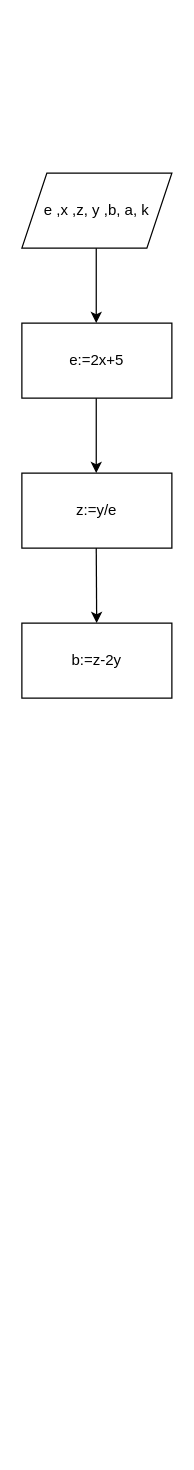
Above: Основи алгоритмізації.drawio in xadeyll/Diagrams_P-23_Puzankov (draw.io), before the change. Source tidied: cells renumbered, new cells numbered last; positions are measured from the earlier drawing's top-left corner, leaving out a move shared by most shapes. Both pictures are drawn from the tidied source at 125%, with x=0, y=0 at pixel (21, 172).
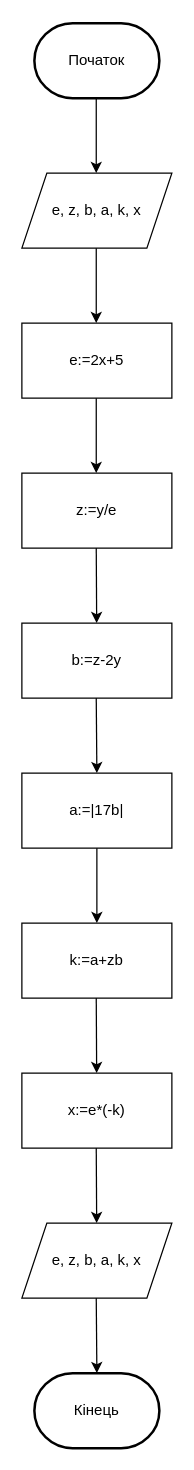
The same diagram, later.

The edit, as a diff of the source:
```diff
@@
-    <mxCell id="2" value="e ,x ,z, y ,b, a, k" style="shape=parallelogram;perimeter=parallelogramPerimeter;whiteSpace=wrap;html=1;fixedSize=1;" parent="1" vertex="1">
+    <mxCell id="2" value="e, z, b, a, k, x" style="shape=parallelogram;perimeter=parallelogramPerimeter;whiteSpace=wrap;html=1;fixedSize=1;" parent="1" vertex="1">
       <mxGeometry width="120" height="60" as="geometry" />
     </mxCell>
@@
+    <mxCell id="9" style="endArrow=classic;html=1;rounded=0;" parent="1" edge="1">
+      <mxGeometry relative="1" as="geometry">
+        <mxPoint x="59.5" y="420" as="sourcePoint" />
+        <mxPoint x="60" y="480" as="targetPoint" />
+      </mxGeometry>
+    </mxCell>
+    <mxCell id="10" value="a:=|17b|" style="rounded=0;whiteSpace=wrap;html=1;" parent="1" vertex="1">
+      <mxGeometry y="480" width="120" height="60" as="geometry" />
+    </mxCell>
+    <mxCell id="11" style="endArrow=classic;html=1;rounded=0;" parent="1" edge="1" target="12">
+      <mxGeometry relative="1" as="geometry">
+        <mxPoint x="60" y="540" as="sourcePoint" />
+      </mxGeometry>
+    </mxCell>
+    <mxCell id="12" value="k:=a+zb" style="rounded=0;whiteSpace=wrap;html=1;" parent="1" vertex="1">
+      <mxGeometry y="600" width="120" height="60" as="geometry" />
+    </mxCell>
+    <mxCell id="13" style="endArrow=classic;html=1;rounded=0;" parent="1" edge="1" target="14">
+      <mxGeometry relative="1" as="geometry">
+        <mxPoint x="59.5" y="660" as="sourcePoint" />
+      </mxGeometry>
+    </mxCell>
+    <mxCell id="14" value="x:=e*(-k)" style="rounded=0;whiteSpace=wrap;html=1;" parent="1" vertex="1">
+      <mxGeometry y="720" width="120" height="60" as="geometry" />
+    </mxCell>
+    <mxCell id="15" style="endArrow=classic;html=1;rounded=0;" parent="1" edge="1" target="16">
+      <mxGeometry relative="1" as="geometry">
+        <mxPoint x="59.5" y="780" as="sourcePoint" />
+      </mxGeometry>
+    </mxCell>
+    <mxCell id="16" value="e, z, b, a, k, x" style="shape=parallelogram;perimeter=parallelogramPerimeter;whiteSpace=wrap;html=1;fixedSize=1;" parent="1" vertex="1">
+      <mxGeometry y="840" width="120" height="60" as="geometry" />
+    </mxCell>
+    <mxCell id="17" value="Початок" style="strokeWidth=2;html=1;shape=mxgraph.flowchart.terminator;whiteSpace=wrap;" parent="1" vertex="1">
+      <mxGeometry x="10" y="-120" width="100" height="60" as="geometry" />
+    </mxCell>
+    <mxCell id="18" style="endArrow=classic;html=1;rounded=0;" parent="1" edge="1">
+      <mxGeometry relative="1" as="geometry">
+        <mxPoint x="59.5" y="-60" as="sourcePoint" />
+        <mxPoint x="59.5" as="targetPoint" />
+      </mxGeometry>
+    </mxCell>
+    <mxCell id="19" value="Кінець" style="strokeWidth=2;html=1;shape=mxgraph.flowchart.terminator;whiteSpace=wrap;" parent="1" vertex="1">
+      <mxGeometry x="10" y="960" width="100" height="60" as="geometry" />
+    </mxCell>
+    <mxCell id="20" style="endArrow=classic;html=1;rounded=0;" parent="1" edge="1">
+      <mxGeometry relative="1" as="geometry">
+        <mxPoint x="59.5" y="900" as="sourcePoint" />
+        <mxPoint x="60" y="960" as="targetPoint" />
+      </mxGeometry>
+    </mxCell>
```
